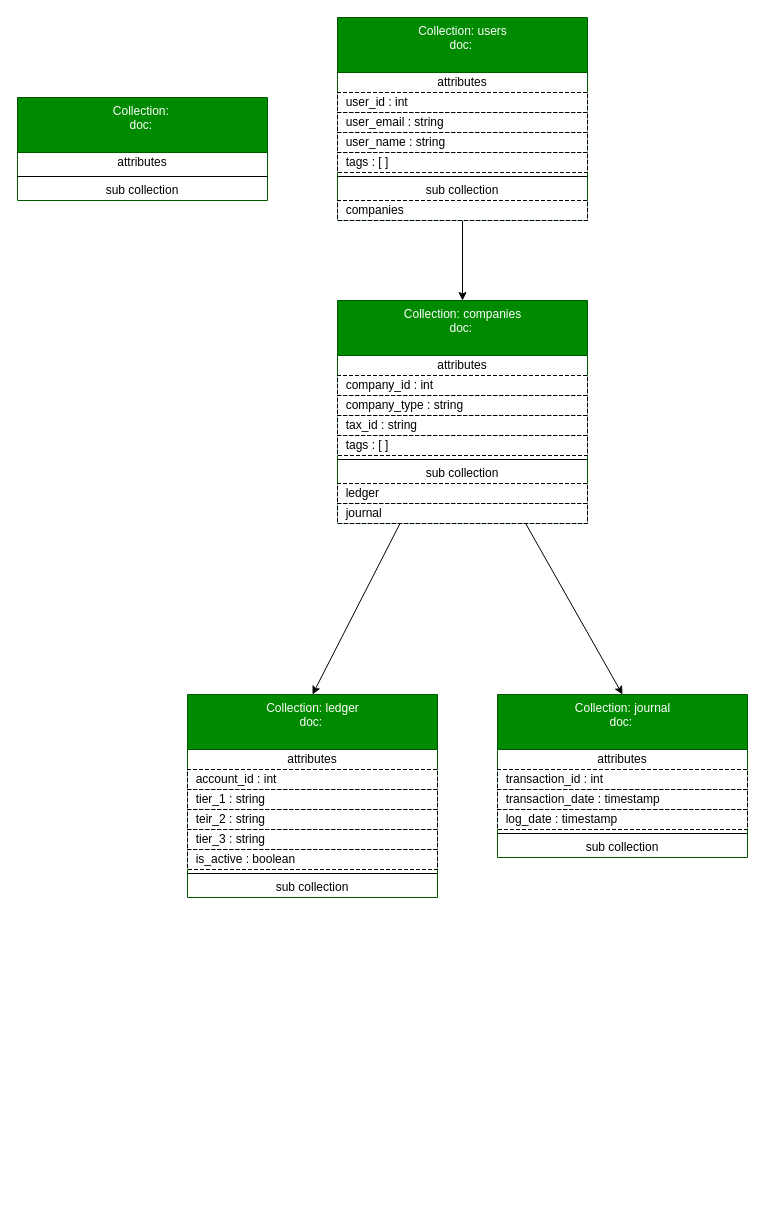
Above: page "Page-3" (1 of 3) of diagrams/firestoredb.drawio in m00racle/Fractal (draw.io), before the change. Source tidied: cells renumbered, new cells numbered last; positions are measured from the earlier drawing's top-left corner, leaving out a move shared by most shapes. Both pictures are drawn from the tidied source at 100%, with x=0, y=0 at pixel (17, 17).
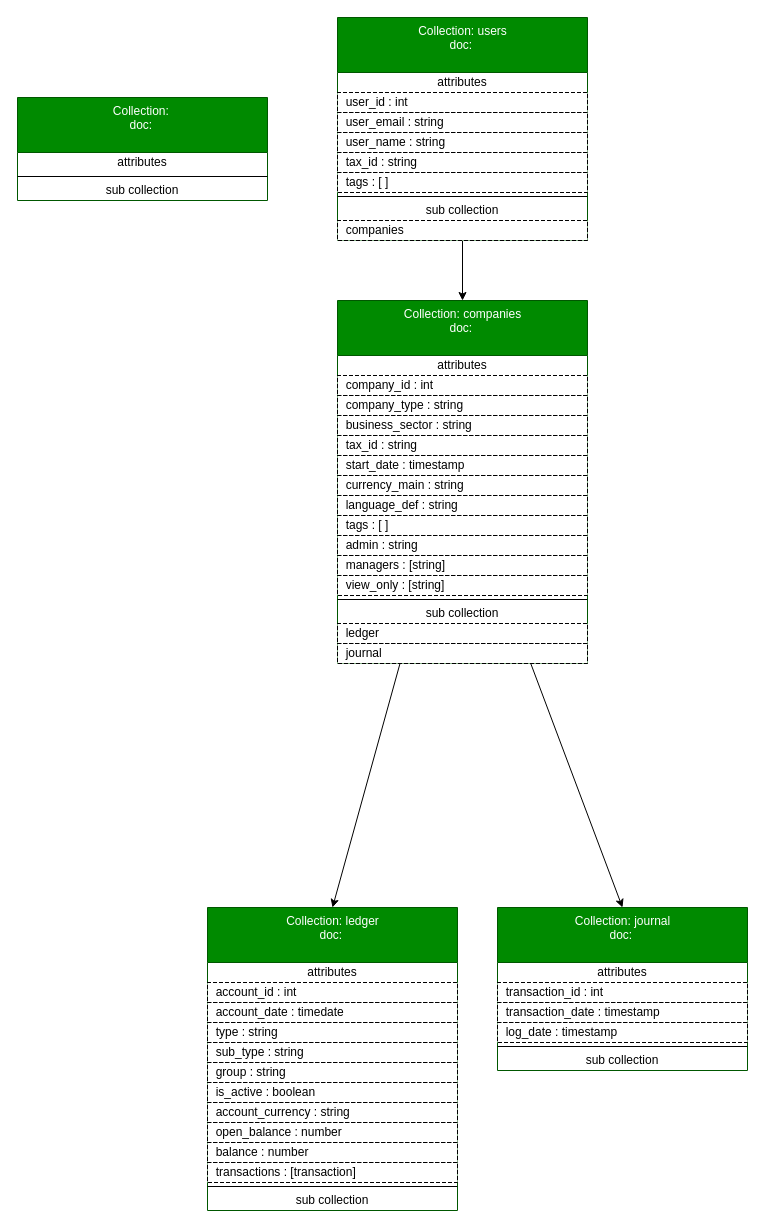
Above is the later version.

Commit message (it also covers changes not shown here):
template for company and account documents

What changed in the source:
```diff
@@
     <mxCell id="3" value="Collection: users&lt;br&gt;doc:&amp;nbsp;" style="swimlane;fontStyle=0;align=center;verticalAlign=top;horizontal=1;startSize=55;html=1;fillColor=#008a00;fontColor=#ffffff;strokeColor=#005700;" parent="1" vertex="1">
-      <mxGeometry x="320" width="250" height="203" as="geometry" />
+      <mxGeometry x="320" width="250" height="223" as="geometry" />
     </mxCell>
@@
+    <mxCell id="44" value="&amp;nbsp; tax_id : string" style="shape=partialRectangle;html=1;top=1;align=left;dashed=1;" parent="3" vertex="1">
+      <mxGeometry y="135" width="250" height="20" as="geometry" />
+    </mxCell>
     <mxCell id="8" value="&amp;nbsp; tags : [ ]" style="shape=partialRectangle;html=1;top=1;align=left;dashed=1;" parent="3" vertex="1">
-      <mxGeometry y="135" width="250" height="20" as="geometry" />
+      <mxGeometry y="155" width="250" height="20" as="geometry" />
     </mxCell>
     <mxCell id="9" style="line;strokeWidth=1;fillColor=none;align=left;verticalAlign=middle;spacingTop=-1;spacingLeft=3;spacingRight=3;labelPosition=right;" parent="3" vertex="1">
-      <mxGeometry y="155" width="250" height="8" as="geometry" />
+      <mxGeometry y="175" width="250" height="8" as="geometry" />
     </mxCell>
     <mxCell id="10" value="sub collection" style="text;html=1;strokeColor=none;fillColor=none;align=center;verticalAlign=middle;spacingLeft=4;spacingRight=4;overflow=hidden;" parent="3" vertex="1">
-      <mxGeometry y="163" width="250" height="20" as="geometry" />
+      <mxGeometry y="183" width="250" height="20" as="geometry" />
     </mxCell>
     <mxCell id="11" value="&amp;nbsp; companies" style="shape=partialRectangle;html=1;top=1;align=left;dashed=1;" parent="3" vertex="1">
-      <mxGeometry y="183" width="250" height="20" as="geometry" />
+      <mxGeometry y="203" width="250" height="20" as="geometry" />
     </mxCell>
@@
     <mxCell id="13" value="Collection: companies&lt;br&gt;doc:&amp;nbsp;" style="swimlane;fontStyle=0;align=center;verticalAlign=top;horizontal=1;startSize=55;html=1;fillColor=#008a00;fontColor=#ffffff;strokeColor=#005700;" parent="1" vertex="1">
-      <mxGeometry x="320" y="283" width="250" height="223" as="geometry" />
+      <mxGeometry x="320" y="283" width="250" height="363" as="geometry" />
     </mxCell>
@@
+    <mxCell id="45" value="&amp;nbsp; business_sector : string" style="shape=partialRectangle;html=1;top=1;align=left;dashed=1;" parent="13" vertex="1">
+      <mxGeometry y="115" width="250" height="20" as="geometry" />
+    </mxCell>
     <mxCell id="17" value="&amp;nbsp; tax_id : string" style="shape=partialRectangle;html=1;top=1;align=left;dashed=1;" parent="13" vertex="1">
-      <mxGeometry y="115" width="250" height="20" as="geometry" />
+      <mxGeometry y="135" width="250" height="20" as="geometry" />
     </mxCell>
+    <mxCell id="46" value="&amp;nbsp; start_date : timestamp" style="shape=partialRectangle;html=1;top=1;align=left;dashed=1;" parent="13" vertex="1">
+      <mxGeometry y="155" width="250" height="20" as="geometry" />
+    </mxCell>
+    <mxCell id="47" value="&amp;nbsp; currency_main : string" style="shape=partialRectangle;html=1;top=1;align=left;dashed=1;" parent="13" vertex="1">
+      <mxGeometry y="175" width="250" height="20" as="geometry" />
+    </mxCell>
+    <mxCell id="48" value="&amp;nbsp; language_def : string" style="shape=partialRectangle;html=1;top=1;align=left;dashed=1;" parent="13" vertex="1">
+      <mxGeometry y="195" width="250" height="20" as="geometry" />
+    </mxCell>
     <mxCell id="18" value="&amp;nbsp; tags : [ ]" style="shape=partialRectangle;html=1;top=1;align=left;dashed=1;" parent="13" vertex="1">
-      <mxGeometry y="135" width="250" height="20" as="geometry" />
+      <mxGeometry y="215" width="250" height="20" as="geometry" />
     </mxCell>
+    <mxCell id="49" value="&amp;nbsp; admin : string" style="shape=partialRectangle;html=1;top=1;align=left;dashed=1;" parent="13" vertex="1">
+      <mxGeometry y="235" width="250" height="20" as="geometry" />
+    </mxCell>
+    <mxCell id="50" value="&amp;nbsp; managers : [string]" style="shape=partialRectangle;html=1;top=1;align=left;dashed=1;" parent="13" vertex="1">
+      <mxGeometry y="255" width="250" height="20" as="geometry" />
+    </mxCell>
+    <mxCell id="51" value="&amp;nbsp; view_only : [string]" style="shape=partialRectangle;html=1;top=1;align=left;dashed=1;" parent="13" vertex="1">
+      <mxGeometry y="275" width="250" height="20" as="geometry" />
+    </mxCell>
     <mxCell id="19" style="line;strokeWidth=1;fillColor=none;align=left;verticalAlign=middle;spacingTop=-1;spacingLeft=3;spacingRight=3;labelPosition=right;" parent="13" vertex="1">
-      <mxGeometry y="155" width="250" height="8" as="geometry" />
+      <mxGeometry y="295" width="250" height="8" as="geometry" />
     </mxCell>
     <mxCell id="20" value="sub collection" style="text;html=1;strokeColor=none;fillColor=none;align=center;verticalAlign=middle;spacingLeft=4;spacingRight=4;overflow=hidden;" parent="13" vertex="1">
-      <mxGeometry y="163" width="250" height="20" as="geometry" />
+      <mxGeometry y="303" width="250" height="20" as="geometry" />
     </mxCell>
     <mxCell id="21" value="&amp;nbsp; ledger" style="shape=partialRectangle;html=1;top=1;align=left;dashed=1;" parent="13" vertex="1">
-      <mxGeometry y="183" width="250" height="20" as="geometry" />
+      <mxGeometry y="323" width="250" height="20" as="geometry" />
     </mxCell>
     <mxCell id="22" value="&amp;nbsp; journal" style="shape=partialRectangle;html=1;top=1;align=left;dashed=1;" parent="13" vertex="1">
-      <mxGeometry y="203" width="250" height="20" as="geometry" />
+      <mxGeometry y="343" width="250" height="20" as="geometry" />
     </mxCell>
@@
     <mxCell id="27" value="Collection: ledger&lt;br&gt;doc:&amp;nbsp;" style="swimlane;fontStyle=0;align=center;verticalAlign=top;horizontal=1;startSize=55;html=1;fillColor=#008a00;fontColor=#ffffff;strokeColor=#005700;" parent="1" vertex="1">
-      <mxGeometry x="170" y="677" width="250" height="203" as="geometry" />
+      <mxGeometry x="190" y="890" width="250" height="303" as="geometry" />
     </mxCell>
@@
+    <mxCell id="52" value="&amp;nbsp; account_date : timedate" style="shape=partialRectangle;html=1;top=1;align=left;dashed=1;" parent="27" vertex="1">
+      <mxGeometry y="95" width="250" height="20" as="geometry" />
+    </mxCell>
-    <mxCell id="30" value="&amp;nbsp; tier_1 : string" style="shape=partialRectangle;html=1;top=1;align=left;dashed=1;" parent="27" vertex="1">
-      <mxGeometry y="95" width="250" height="20" as="geometry" />
+    <mxCell id="30" value="&amp;nbsp; type : string" style="shape=partialRectangle;html=1;top=1;align=left;dashed=1;" parent="27" vertex="1">
+      <mxGeometry y="115" width="250" height="20" as="geometry" />
     </mxCell>
-    <mxCell id="31" value="&amp;nbsp; teir_2 : string" style="shape=partialRectangle;html=1;top=1;align=left;dashed=1;" parent="27" vertex="1">
-      <mxGeometry y="115" width="250" height="20" as="geometry" />
+    <mxCell id="31" value="&amp;nbsp; sub_type : string" style="shape=partialRectangle;html=1;top=1;align=left;dashed=1;" parent="27" vertex="1">
+      <mxGeometry y="135" width="250" height="20" as="geometry" />
     </mxCell>
-    <mxCell id="32" value="&amp;nbsp; tier_3 : string" style="shape=partialRectangle;html=1;top=1;align=left;dashed=1;" parent="27" vertex="1">
-      <mxGeometry y="135" width="250" height="20" as="geometry" />
+    <mxCell id="32" value="&amp;nbsp; group : string" style="shape=partialRectangle;html=1;top=1;align=left;dashed=1;" parent="27" vertex="1">
+      <mxGeometry y="155" width="250" height="20" as="geometry" />
     </mxCell>
     <mxCell id="33" value="&amp;nbsp; is_active : boolean" style="shape=partialRectangle;html=1;top=1;align=left;dashed=1;" parent="27" vertex="1">
-      <mxGeometry y="155" width="250" height="20" as="geometry" />
+      <mxGeometry y="175" width="250" height="20" as="geometry" />
     </mxCell>
+    <mxCell id="53" value="&amp;nbsp; account_currency : string" style="shape=partialRectangle;html=1;top=1;align=left;dashed=1;" parent="27" vertex="1">
+      <mxGeometry y="195" width="250" height="20" as="geometry" />
+    </mxCell>
+    <mxCell id="54" value="&amp;nbsp; open_balance : number" style="shape=partialRectangle;html=1;top=1;align=left;dashed=1;" parent="27" vertex="1">
+      <mxGeometry y="215" width="250" height="20" as="geometry" />
+    </mxCell>
+    <mxCell id="55" value="&amp;nbsp; balance : number" style="shape=partialRectangle;html=1;top=1;align=left;dashed=1;" parent="27" vertex="1">
+      <mxGeometry y="235" width="250" height="20" as="geometry" />
+    </mxCell>
+    <mxCell id="56" value="&amp;nbsp; transactions : [transaction]" style="shape=partialRectangle;html=1;top=1;align=left;dashed=1;" parent="27" vertex="1">
+      <mxGeometry y="255" width="250" height="20" as="geometry" />
+    </mxCell>
     <mxCell id="34" style="line;strokeWidth=1;fillColor=none;align=left;verticalAlign=middle;spacingTop=-1;spacingLeft=3;spacingRight=3;labelPosition=right;" parent="27" vertex="1">
-      <mxGeometry y="175" width="250" height="8" as="geometry" />
+      <mxGeometry y="275" width="250" height="8" as="geometry" />
     </mxCell>
     <mxCell id="35" value="sub collection" style="text;html=1;strokeColor=none;fillColor=none;align=center;verticalAlign=middle;spacingLeft=4;spacingRight=4;overflow=hidden;" parent="27" vertex="1">
-      <mxGeometry y="183" width="250" height="20" as="geometry" />
+      <mxGeometry y="283" width="250" height="20" as="geometry" />
     </mxCell>
@@
     <mxCell id="37" value="Collection: journal&lt;br&gt;doc:&amp;nbsp;" style="swimlane;fontStyle=0;align=center;verticalAlign=top;horizontal=1;startSize=55;html=1;fillColor=#008a00;fontColor=#ffffff;strokeColor=#005700;" parent="1" vertex="1">
-      <mxGeometry x="480" y="677" width="250" height="163" as="geometry" />
+      <mxGeometry x="480" y="890" width="250" height="163" as="geometry" />
     </mxCell>
```
